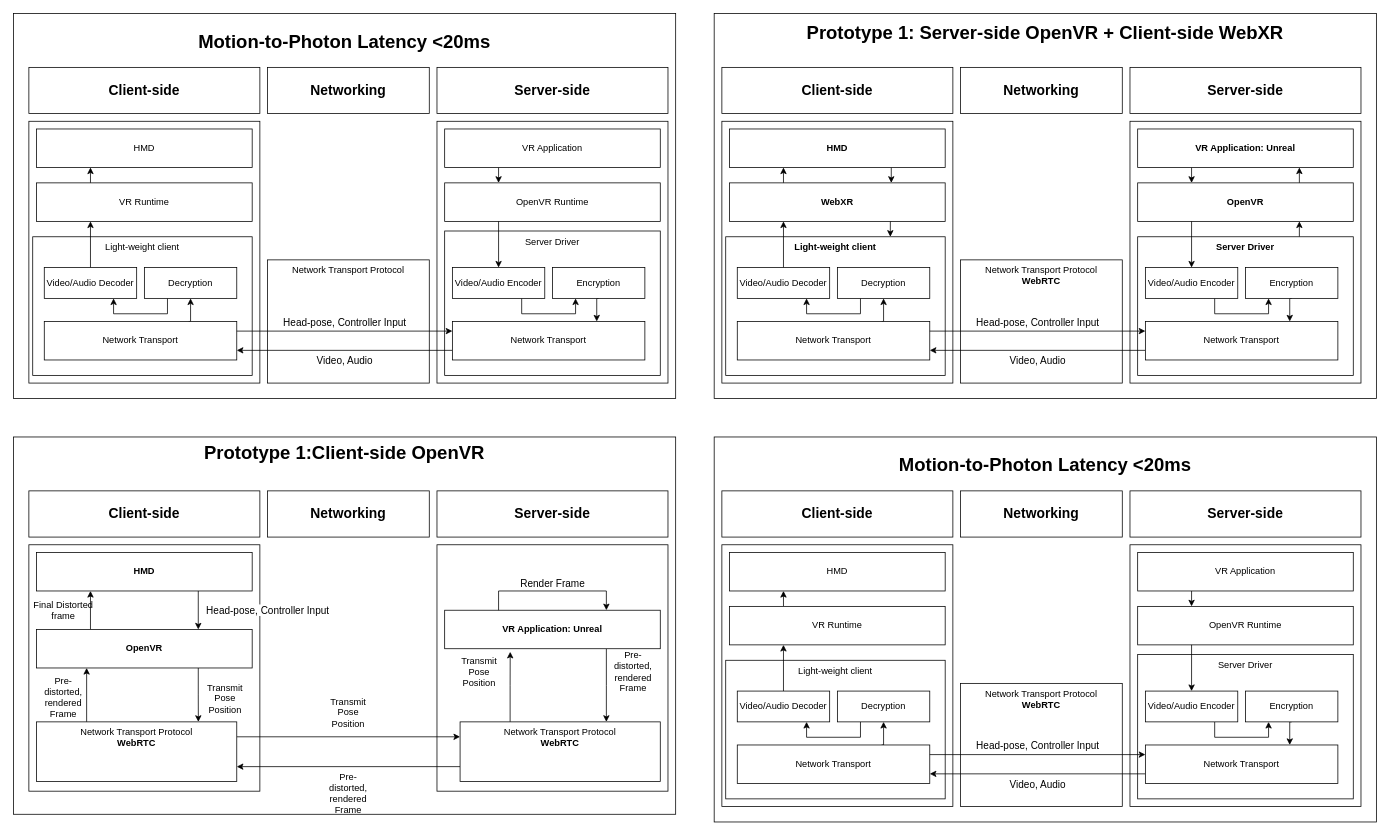
This is images/CloudVR_PipelineComponents.drawio from Aptanaa/CloudVR-Thesis, a draw.io file, before an edit. Source tidied: cells renumbered, new cells numbered last; positions are measured from the earlier drawing's top-left corner, leaving out a move shared by most shapes. Both pictures are drawn from the tidied source at 77%, with x=0, y=0 at pixel (13, 13).
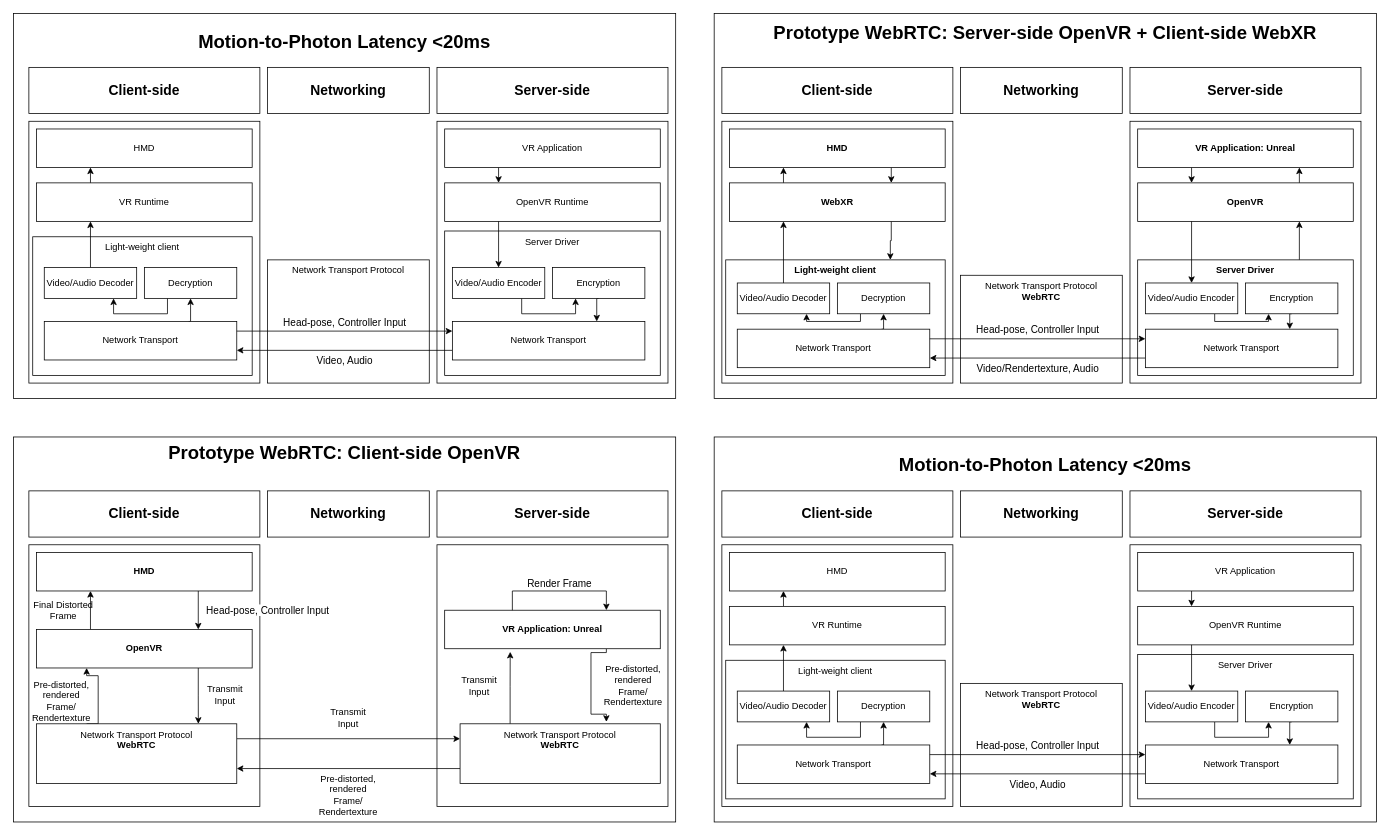
The same page after the edit.

The change refers to these unchanged cells:
```xml
<mxCell id="106" value="&lt;b&gt;VR Application: Unreal&lt;/b&gt;" style="rounded=0;whiteSpace=wrap;html=1;" parent="1" vertex="1">
  <mxGeometry x="560" y="775" width="280" height="50" as="geometry" />
</mxCell>
```

The edit, as a diff of the source:
```diff
@@
-    <mxCell id="31" value="&lt;font style=&quot;font-size: 24px&quot;&gt;&lt;b&gt;Prototype 1:Client-side OpenVR&lt;br&gt;&lt;/b&gt;&lt;/font&gt;" style="rounded=0;whiteSpace=wrap;html=1;verticalAlign=top;" parent="1" vertex="1">
-      <mxGeometry y="550" width="860" height="490" as="geometry" />
+    <mxCell id="31" value="&lt;font style=&quot;font-size: 24px&quot;&gt;&lt;b&gt;Prototype WebRTC: Client-side OpenVR&lt;br&gt;&lt;/b&gt;&lt;/font&gt;" style="rounded=0;whiteSpace=wrap;html=1;verticalAlign=top;" parent="1" vertex="1">
+      <mxGeometry y="550" width="860" height="500" as="geometry" />
     </mxCell>
@@
     <mxCell id="35" style="rounded=0;whiteSpace=wrap;html=1;" parent="1" vertex="1">
-      <mxGeometry x="20" y="690" width="300" height="320" as="geometry" />
+      <mxGeometry x="20" y="690" width="300" height="340" as="geometry" />
     </mxCell>
@@
-    <mxCell id="42" value="&lt;p style=&quot;line-height: 120%&quot;&gt;&lt;font style=&quot;font-size: 24px&quot;&gt;&lt;b&gt;Prototype 1: Server-side OpenVR + Client-side WebXR&lt;br&gt;&lt;/b&gt;&lt;/font&gt;&lt;/p&gt;" style="rounded=0;whiteSpace=wrap;html=1;verticalAlign=top;" parent="1" vertex="1">
+    <mxCell id="42" value="&lt;p style=&quot;line-height: 120%&quot;&gt;&lt;font style=&quot;font-size: 24px&quot;&gt;&lt;b&gt;Prototype WebRTC: Server-side OpenVR + Client-side WebXR&lt;br&gt;&lt;/b&gt;&lt;/font&gt;&lt;/p&gt;" style="rounded=0;whiteSpace=wrap;html=1;verticalAlign=top;" parent="1" vertex="1">
       <mxGeometry x="910" width="860" height="500" as="geometry" />
     </mxCell>
     <mxCell id="43" value="&lt;div&gt;Network Transport Protocol&lt;/div&gt;&lt;div&gt;&lt;b&gt;WebRTC&lt;/b&gt;&lt;br&gt;&lt;/div&gt;" style="rounded=0;whiteSpace=wrap;html=1;verticalAlign=top;" parent="1" vertex="1">
-      <mxGeometry x="1230" y="320" width="210" height="160" as="geometry" />
+      <mxGeometry x="1230" y="340" width="210" height="140" as="geometry" />
     </mxCell>
@@
     <mxCell id="51" value="&lt;b&gt;Light-weight client &lt;/b&gt;" style="rounded=0;whiteSpace=wrap;html=1;labelPosition=center;verticalLabelPosition=middle;align=center;verticalAlign=top;horizontal=1;" parent="1" vertex="1">
-      <mxGeometry x="925" y="290" width="285" height="180" as="geometry" />
+      <mxGeometry x="925" y="320" width="285" height="150" as="geometry" />
     </mxCell>
@@
     <mxCell id="53" value="Video/Audio Decoder" style="rounded=0;whiteSpace=wrap;html=1;" parent="1" vertex="1">
-      <mxGeometry x="940" y="330" width="120" height="40" as="geometry" />
+      <mxGeometry x="940" y="350" width="120" height="40" as="geometry" />
     </mxCell>
     <mxCell id="54" style="edgeStyle=orthogonalEdgeStyle;rounded=0;jettySize=auto;html=1;exitX=0.25;exitY=1;exitDx=0;exitDy=0;entryX=0.75;entryY=1;entryDx=0;entryDy=0;" parent="1" edge="1" source="55" target="53">
-      <mxGeometry relative="1" as="geometry" />
+      <mxGeometry relative="1" as="geometry">
+        <Array as="points">
+          <mxPoint x="1100" y="400" />
+          <mxPoint x="1030" y="400" />
+        </Array>
+      </mxGeometry>
     </mxCell>
     <mxCell id="55" value="Decryption" style="rounded=0;whiteSpace=wrap;html=1;" parent="1" vertex="1">
-      <mxGeometry x="1070" y="330" width="120" height="40" as="geometry" />
+      <mxGeometry x="1070" y="350" width="120" height="40" as="geometry" />
     </mxCell>
@@
     <mxCell id="57" value="Network Transport" style="rounded=0;whiteSpace=wrap;html=1;" parent="1" vertex="1">
-      <mxGeometry x="940" y="400" width="250" height="50" as="geometry" />
+      <mxGeometry x="940" y="410" width="250" height="50" as="geometry" />
     </mxCell>
@@
     <mxCell id="63" value="&lt;b&gt;Server Driver&lt;/b&gt;" style="rounded=0;whiteSpace=wrap;html=1;verticalAlign=top;" parent="1" vertex="1">
-      <mxGeometry x="1460" y="290" width="280" height="180" as="geometry" />
+      <mxGeometry x="1460" y="320" width="280" height="150" as="geometry" />
     </mxCell>
-    <mxCell id="64" value="&lt;font style=&quot;font-size: 13px&quot;&gt;Video, Audio&lt;/font&gt;" style="edgeStyle=orthogonalEdgeStyle;rounded=0;jettySize=auto;html=1;exitX=0;exitY=0.75;exitDx=0;exitDy=0;entryX=1;entryY=0.75;entryDx=0;entryDy=0;" parent="1" edge="1" source="65" target="57">
+    <mxCell id="64" value="&lt;font style=&quot;font-size: 13px&quot;&gt;Video/Rendertexture, Audio&lt;/font&gt;" style="edgeStyle=orthogonalEdgeStyle;rounded=0;jettySize=auto;html=1;exitX=0;exitY=0.75;exitDx=0;exitDy=0;entryX=1;entryY=0.75;entryDx=0;entryDy=0;" parent="1" edge="1" source="65" target="57">
       <mxGeometry y="13" relative="1" as="geometry" />
     </mxCell>
     <mxCell id="65" value="Network Transport" style="rounded=0;whiteSpace=wrap;html=1;" parent="1" vertex="1">
-      <mxGeometry x="1470" y="400" width="250" height="50" as="geometry" />
+      <mxGeometry x="1470" y="410" width="250" height="50" as="geometry" />
     </mxCell>
     <mxCell id="66" style="edgeStyle=orthogonalEdgeStyle;rounded=0;jettySize=auto;html=1;exitX=0.75;exitY=1;exitDx=0;exitDy=0;entryX=0.25;entryY=1;entryDx=0;entryDy=0;" parent="1" edge="1" source="67" target="69">
-      <mxGeometry relative="1" as="geometry" />
+      <mxGeometry relative="1" as="geometry">
+        <Array as="points">
+          <mxPoint x="1560" y="400" />
+          <mxPoint x="1630" y="400" />
+          <mxPoint x="1630" y="390" />
+        </Array>
+      </mxGeometry>
     </mxCell>
     <mxCell id="67" value="Video/Audio Encoder" style="rounded=0;whiteSpace=wrap;html=1;" parent="1" vertex="1">
-      <mxGeometry x="1470" y="330" width="120" height="40" as="geometry" />
+      <mxGeometry x="1470" y="350" width="120" height="40" as="geometry" />
     </mxCell>
@@
     <mxCell id="69" value="Encryption" style="rounded=0;whiteSpace=wrap;html=1;" parent="1" vertex="1">
-      <mxGeometry x="1600" y="330" width="120" height="40" as="geometry" />
+      <mxGeometry x="1600" y="350" width="120" height="40" as="geometry" />
     </mxCell>
@@
     <mxCell id="104" style="rounded=0;whiteSpace=wrap;html=1;" parent="1" vertex="1">
-      <mxGeometry x="550" y="690" width="300" height="320" as="geometry" />
+      <mxGeometry x="550" y="690" width="300" height="340" as="geometry" />
     </mxCell>
     <mxCell id="105" style="edgeStyle=orthogonalEdgeStyle;rounded=0;jettySize=auto;html=1;exitX=0.75;exitY=1;exitDx=0;exitDy=0;" parent="1" edge="1" source="106">
       <mxGeometry relative="1" as="geometry">
         <mxPoint x="770" y="920" as="targetPoint" />
+        <Array as="points">
+          <mxPoint x="770" y="830" />
+          <mxPoint x="750" y="830" />
+          <mxPoint x="750" y="910" />
+          <mxPoint x="770" y="910" />
+        </Array>
       </mxGeometry>
     </mxCell>
@@
     <mxCell id="110" style="edgeStyle=orthogonalEdgeStyle;rounded=0;jettySize=auto;html=1;exitX=0.25;exitY=0;exitDx=0;exitDy=0;" parent="1" edge="1" source="111">
       <mxGeometry relative="1" as="geometry">
         <mxPoint x="95" y="850" as="targetPoint" />
         <Array as="points">
-          <mxPoint x="95" y="850" />
+          <mxPoint x="110" y="923" />
+          <mxPoint x="110" y="860" />
+          <mxPoint x="95" y="860" />
         </Array>
       </mxGeometry>
     </mxCell>
     <mxCell id="111" value="&lt;div&gt;Network Transport Protocol&lt;/div&gt;&lt;b&gt;WebRTC&lt;/b&gt;" style="rounded=0;whiteSpace=wrap;html=1;verticalAlign=top;" parent="1" vertex="1">
-      <mxGeometry x="30" y="920" width="260" height="77.5" as="geometry" />
+      <mxGeometry x="30" y="922.5" width="260" height="77.5" as="geometry" />
     </mxCell>
@@
     <mxCell id="113" value="&lt;div&gt;Network Transport Protocol&lt;/div&gt;&lt;b&gt;WebRTC&lt;/b&gt;" style="rounded=0;whiteSpace=wrap;html=1;verticalAlign=top;" parent="1" vertex="1">
-      <mxGeometry x="580" y="920" width="260" height="77.5" as="geometry" />
+      <mxGeometry x="580" y="922.5" width="260" height="77.5" as="geometry" />
     </mxCell>
-    <mxCell id="114" value="Transmit Pose Position" style="text;html=1;strokeColor=none;fillColor=none;align=center;verticalAlign=middle;whiteSpace=wrap;rounded=0;" parent="1" vertex="1">
-      <mxGeometry x="400" y="882.5" width="70" height="50" as="geometry" />
+    <mxCell id="114" value="&lt;div&gt;Transmit&lt;/div&gt;&lt;div&gt;Input&lt;/div&gt;" style="text;html=1;strokeColor=none;fillColor=none;align=center;verticalAlign=middle;whiteSpace=wrap;rounded=0;" parent="1" vertex="1">
+      <mxGeometry x="400" y="890" width="70" height="50" as="geometry" />
     </mxCell>
-    <mxCell id="115" value="Transmit Pose Position" style="text;html=1;strokeColor=none;fillColor=none;align=center;verticalAlign=middle;whiteSpace=wrap;rounded=0;" parent="1" vertex="1">
-      <mxGeometry x="240" y="865" width="70" height="50" as="geometry" />
+    <mxCell id="115" value="&lt;div&gt;Transmit&lt;/div&gt;&lt;div&gt;Input&lt;/div&gt;" style="text;html=1;strokeColor=none;fillColor=none;align=center;verticalAlign=middle;whiteSpace=wrap;rounded=0;" parent="1" vertex="1">
+      <mxGeometry x="240" y="860" width="70" height="50" as="geometry" />
     </mxCell>
-    <mxCell id="116" value="Transmit Pose Position" style="text;html=1;strokeColor=none;fillColor=none;align=center;verticalAlign=middle;whiteSpace=wrap;rounded=0;" parent="1" vertex="1">
-      <mxGeometry x="570" y="830" width="70" height="50" as="geometry" />
+    <mxCell id="116" value="&lt;div&gt;Transmit&lt;/div&gt;&lt;div&gt;Input&lt;/div&gt;" style="text;html=1;strokeColor=none;fillColor=none;align=center;verticalAlign=middle;whiteSpace=wrap;rounded=0;" parent="1" vertex="1">
+      <mxGeometry x="570" y="847.5" width="70" height="50" as="geometry" />
     </mxCell>
-    <mxCell id="117" value="Pre-distorted, rendered Frame" style="text;html=1;strokeColor=none;fillColor=none;align=center;verticalAlign=middle;whiteSpace=wrap;rounded=0;" parent="1" vertex="1">
-      <mxGeometry x="770" y="827.5" width="70" height="55" as="geometry" />
+    <mxCell id="117" value="&lt;div&gt;Pre-distorted, rendered Frame/&lt;/div&gt;&lt;div&gt;Rendertexture&lt;/div&gt;" style="text;html=1;strokeColor=none;fillColor=none;align=center;verticalAlign=middle;whiteSpace=wrap;rounded=0;" parent="1" vertex="1">
+      <mxGeometry x="760" y="840" width="90" height="65" as="geometry" />
     </mxCell>
-    <mxCell id="118" value="Pre-distorted, rendered Frame" style="text;html=1;strokeColor=none;fillColor=none;align=center;verticalAlign=middle;whiteSpace=wrap;rounded=0;" parent="1" vertex="1">
-      <mxGeometry x="400" y="985" width="70" height="55" as="geometry" />
+    <mxCell id="118" value="&lt;div&gt;Pre-distorted, rendered Frame/&lt;/div&gt;&lt;div&gt;Rendertexture&lt;/div&gt;" style="text;html=1;strokeColor=none;fillColor=none;align=center;verticalAlign=middle;whiteSpace=wrap;rounded=0;" parent="1" vertex="1">
+      <mxGeometry x="400" y="980" width="70" height="70" as="geometry" />
     </mxCell>
-    <mxCell id="119" value="Pre-distorted, rendered Frame" style="text;html=1;strokeColor=none;fillColor=none;align=center;verticalAlign=middle;whiteSpace=wrap;rounded=0;" parent="1" vertex="1">
-      <mxGeometry x="30" y="860" width="70" height="55" as="geometry" />
+    <mxCell id="119" value="&lt;div&gt;Pre-distorted, rendered Frame/&lt;/div&gt;&lt;div&gt;Rendertexture&lt;/div&gt;" style="text;html=1;strokeColor=none;fillColor=none;align=center;verticalAlign=middle;whiteSpace=wrap;rounded=0;" parent="1" vertex="1">
+      <mxGeometry x="30" y="865" width="65" height="55" as="geometry" />
     </mxCell>
-    <mxCell id="120" value="&lt;div&gt;Final Distorted frame&lt;/div&gt;" style="text;html=1;strokeColor=none;fillColor=none;align=center;verticalAlign=middle;whiteSpace=wrap;rounded=0;" parent="1" vertex="1">
+    <mxCell id="120" value="&lt;div&gt;Final Distorted Frame&lt;/div&gt;" style="text;html=1;strokeColor=none;fillColor=none;align=center;verticalAlign=middle;whiteSpace=wrap;rounded=0;" parent="1" vertex="1">
       <mxGeometry x="25" y="750" width="80" height="50" as="geometry" />
     </mxCell>
-    <mxCell id="121" value="&lt;font style=&quot;font-size: 13px&quot;&gt;Render Frame&lt;/font&gt;" style="edgeStyle=orthogonalEdgeStyle;rounded=0;orthogonalLoop=1;jettySize=auto;html=1;exitX=0.25;exitY=0;exitDx=0;exitDy=0;entryX=0.75;entryY=0;entryDx=0;entryDy=0;" parent="1" edge="1" source="106" target="106">
+    <mxCell id="121" value="&lt;font style=&quot;font-size: 13px&quot;&gt;Render Frame&lt;/font&gt;" style="edgeStyle=orthogonalEdgeStyle;rounded=0;orthogonalLoop=1;jettySize=auto;html=1;exitX=0.314;exitY=0;exitDx=0;exitDy=0;entryX=0.75;entryY=0;entryDx=0;entryDy=0;exitPerimeter=0;" parent="1" edge="1" source="106" target="106">
       <mxGeometry y="10" relative="1" as="geometry">
         <Array as="points">
-          <mxPoint x="630" y="750" />
+          <mxPoint x="648" y="750" />
           <mxPoint x="770" y="750" />
         </Array>
       </mxGeometry>
     </mxCell>
```
